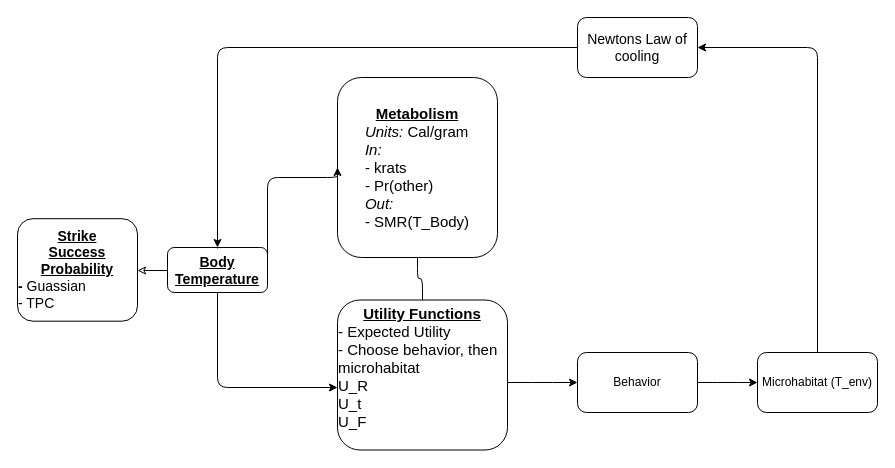
Before: src/therma_sim/agents.drawio in michaelremington2/therma_sim, a draw.io diagram. Source tidied: cells renumbered, new cells numbered last; positions are measured from the earlier drawing's top-left corner, leaving out a move shared by most shapes. Both pictures are drawn from the tidied source at 100%, with x=0, y=0 at pixel (17, 17).
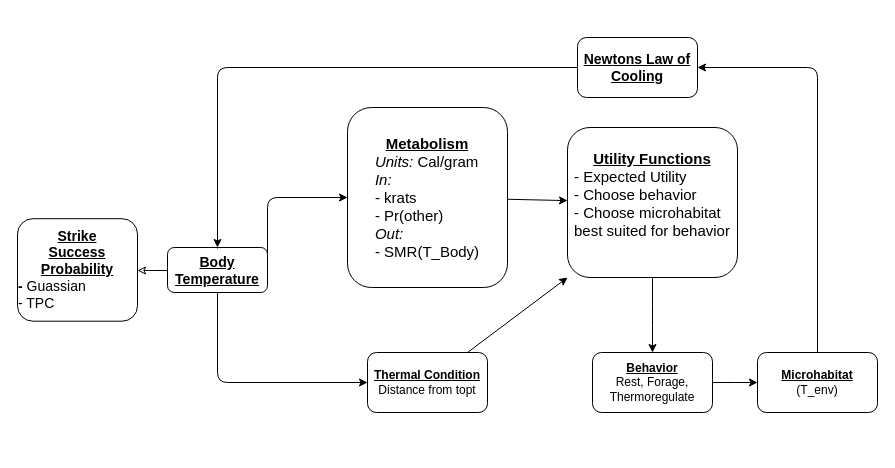
The same page after the edit.

Unchanged cells that the change refers to:
```xml
<mxCell id="5" value="&lt;font style=&quot;font-size: 13px;&quot;&gt;&lt;u style=&quot;font-size: 14px;&quot;&gt;&lt;b&gt;Body Temperature&lt;br&gt;&lt;/b&gt;&lt;/u&gt;&lt;/font&gt;" style="rounded=1;whiteSpace=wrap;html=1;" parent="1" vertex="1">
  <mxGeometry x="150" y="230" width="100" height="45" as="geometry" />
</mxCell>
```

What changed in the source:
```diff
@@
+    <mxCell id="18" style="edgeStyle=none;html=1;" parent="1" edge="1" source="2" target="9">
+      <mxGeometry relative="1" as="geometry" />
+    </mxCell>
     <mxCell id="2" value="&lt;u style=&quot;font-size: 15px; background-color: initial;&quot;&gt;&lt;b&gt;Metabolism&lt;/b&gt;&lt;/u&gt;&lt;br&gt;&lt;div style=&quot;font-size: 15px;&quot;&gt;&lt;div align=&quot;left&quot;&gt;&lt;font style=&quot;font-size: 15px;&quot;&gt;&lt;font style=&quot;font-size: 15px;&quot;&gt;&lt;i&gt;Units:&lt;/i&gt; Cal/gram&lt;br&gt;&lt;i&gt;In:&lt;/i&gt;&lt;br&gt;- krats&lt;br&gt;- Pr(other)&lt;br&gt;&lt;i&gt;Out:&lt;/i&gt;&lt;br&gt;- SMR(T_Body)&lt;/font&gt;&lt;font style=&quot;font-size: 15px;&quot;&gt;&lt;br&gt;&lt;/font&gt;&lt;/font&gt;&lt;/div&gt;&lt;/div&gt;" style="rounded=1;whiteSpace=wrap;html=1;" parent="1" vertex="1">
-      <mxGeometry x="320" y="60" width="160" height="180" as="geometry" />
+      <mxGeometry x="330" y="90" width="160" height="180" as="geometry" />
     </mxCell>
-    <mxCell id="3" style="edgeStyle=elbowEdgeStyle;elbow=vertical;html=1;endArrow=classic;endFill=1;" parent="1" edge="1" source="5" target="9">
-      <mxGeometry relative="1" as="geometry">
-        <Array as="points">
-          <mxPoint x="270" y="370" />
-        </Array>
-      </mxGeometry>
-    </mxCell>
@@
+    <mxCell id="19" style="edgeStyle=none;html=1;" parent="1" edge="1" source="5" target="21">
+      <mxGeometry relative="1" as="geometry">
+        <Array as="points">
+          <mxPoint x="200" y="365" />
+        </Array>
+      </mxGeometry>
+    </mxCell>
@@
-    <mxCell id="6" style="edgeStyle=elbowEdgeStyle;rounded=1;jettySize=auto;html=1;exitDx=0;exitDy=0;entryX=0;entryY=0.5;entryDx=0;entryDy=0;elbow=vertical;startArrow=none;exitX=1;exitY=0.5;" parent="1" edge="1" source="5" target="2">
+    <mxCell id="6" style="edgeStyle=elbowEdgeStyle;rounded=1;jettySize=auto;html=1;exitDx=0;exitDy=0;elbow=vertical;startArrow=none;exitX=1;exitY=0.5;entryX=0;entryY=0.5;entryDx=0;entryDy=0;" parent="1" edge="1" source="5" target="2">
       <mxGeometry relative="1" as="geometry">
         <Array as="points">
-          <mxPoint x="290" y="160" />
+          <mxPoint x="290" y="180" />
           <mxPoint x="300" y="250" />
           <mxPoint x="340" y="300" />
         </Array>
       </mxGeometry>
     </mxCell>
-    <mxCell id="7" style="edgeStyle=elbowEdgeStyle;elbow=vertical;html=1;endArrow=none;endFill=0;" parent="1" edge="1" source="9" target="2">
-      <mxGeometry relative="1" as="geometry" />
-    </mxCell>
@@
-    <mxCell id="9" value="&lt;div style=&quot;font-size: 15px;&quot; align=&quot;center&quot;&gt;&lt;b&gt;&lt;u&gt;Utility Functions&lt;/u&gt;&lt;/b&gt;&lt;/div&gt;&lt;div style=&quot;font-size: 15px;&quot; align=&quot;left&quot;&gt;- Expected Utility&lt;/div&gt;&lt;div style=&quot;font-size: 15px;&quot; align=&quot;left&quot;&gt;- Choose behavior, then microhabitat&lt;/div&gt;&lt;div style=&quot;font-size: 15px;&quot; align=&quot;left&quot;&gt;U_R&lt;/div&gt;&lt;div style=&quot;font-size: 15px;&quot; align=&quot;left&quot;&gt;U_t&lt;/div&gt;&lt;div style=&quot;font-size: 15px;&quot; align=&quot;left&quot;&gt;U_F&lt;br&gt;&lt;/div&gt;&lt;div&gt;&lt;br&gt;&lt;/div&gt;" style="whiteSpace=wrap;html=1;rounded=1;" parent="1" vertex="1">
-      <mxGeometry x="320" y="282.5" width="170" height="150" as="geometry" />
+    <mxCell id="9" value="&lt;div style=&quot;font-size: 15px;&quot; align=&quot;center&quot;&gt;&lt;b&gt;&lt;u&gt;Utility Functions&lt;/u&gt;&lt;/b&gt;&lt;/div&gt;&lt;div style=&quot;font-size: 15px;&quot; align=&quot;left&quot;&gt;- Expected Utility&lt;/div&gt;&lt;div style=&quot;font-size: 15px;&quot; align=&quot;left&quot;&gt;- Choose behavior&lt;/div&gt;&lt;div style=&quot;font-size: 15px;&quot; align=&quot;left&quot;&gt;- Choose microhabitat&amp;nbsp;&lt;/div&gt;&lt;div style=&quot;font-size: 15px;&quot; align=&quot;left&quot;&gt;best suited for behavior&lt;/div&gt;&lt;div&gt;&lt;br&gt;&lt;/div&gt;" style="whiteSpace=wrap;html=1;rounded=1;" parent="1" vertex="1">
+      <mxGeometry x="550" y="110" width="170" height="150" as="geometry" />
     </mxCell>
@@
-    <mxCell id="12" value="Behavior" style="whiteSpace=wrap;html=1;rounded=1;" parent="1" vertex="1">
-      <mxGeometry x="560" y="335" width="120" height="60" as="geometry" />
+    <mxCell id="12" value="&lt;b style=&quot;text-decoration-line: underline;&quot;&gt;Behavior&lt;/b&gt;&lt;br&gt;&lt;div style=&quot;&quot;&gt;&lt;span style=&quot;background-color: initial;&quot;&gt;Rest, Forage, Thermoregulate&lt;/span&gt;&lt;/div&gt;" style="whiteSpace=wrap;html=1;rounded=1;" parent="1" vertex="1">
+      <mxGeometry x="575" y="335" width="120" height="60" as="geometry" />
     </mxCell>
     <mxCell id="13" style="edgeStyle=elbowEdgeStyle;rounded=1;elbow=vertical;html=1;endArrow=classic;endFill=1;entryX=1;entryY=0.5;entryDx=0;entryDy=0;" parent="1" edge="1" source="14" target="17">
       <mxGeometry relative="1" as="geometry">
         <Array as="points">
+          <mxPoint x="800" y="50" />
+          <mxPoint x="750" y="50" />
           <mxPoint x="640" y="30" />
           <mxPoint x="500" y="50" />
         </Array>
       </mxGeometry>
     </mxCell>
-    <mxCell id="14" value="Microhabitat (T_env)" style="whiteSpace=wrap;html=1;rounded=1;" parent="1" vertex="1">
+    <mxCell id="14" value="&lt;b&gt;&lt;u&gt;Microhabitat&lt;/u&gt;&lt;/b&gt; &lt;br&gt;(T_env)" style="whiteSpace=wrap;html=1;rounded=1;" parent="1" vertex="1">
       <mxGeometry x="740" y="335" width="120" height="60" as="geometry" />
     </mxCell>
@@
     <mxCell id="16" style="edgeStyle=elbowEdgeStyle;rounded=1;elbow=vertical;html=1;fontSize=14;endArrow=classic;endFill=1;entryX=0.5;entryY=0;entryDx=0;entryDy=0;" parent="1" edge="1" source="17" target="5">
       <mxGeometry relative="1" as="geometry">
         <Array as="points">
+          <mxPoint x="420" y="50" />
           <mxPoint x="290" y="30" />
         </Array>
       </mxGeometry>
     </mxCell>
-    <mxCell id="17" value="&lt;font style=&quot;font-size: 14px;&quot;&gt;Newtons Law of cooling&lt;/font&gt;" style="whiteSpace=wrap;html=1;rounded=1;" parent="1" vertex="1">
-      <mxGeometry x="560" width="120" height="60" as="geometry" />
+    <mxCell id="17" value="&lt;font style=&quot;font-size: 14px;&quot;&gt;&lt;b&gt;&lt;u&gt;Newtons Law of Cooling&lt;/u&gt;&lt;/b&gt;&lt;/font&gt;" style="whiteSpace=wrap;html=1;rounded=1;" parent="1" vertex="1">
+      <mxGeometry x="560" y="20" width="120" height="60" as="geometry" />
     </mxCell>
+    <mxCell id="20" style="edgeStyle=none;html=1;entryX=0;entryY=1;entryDx=0;entryDy=0;" parent="1" edge="1" source="21" target="9">
+      <mxGeometry relative="1" as="geometry" />
+    </mxCell>
+    <mxCell id="21" value="&lt;u&gt;&lt;b&gt;Thermal Condition&lt;/b&gt;&lt;/u&gt;&lt;br&gt;Distance from topt" style="whiteSpace=wrap;html=1;rounded=1;" parent="1" vertex="1">
+      <mxGeometry x="350" y="335" width="120" height="60" as="geometry" />
+    </mxCell>
```
